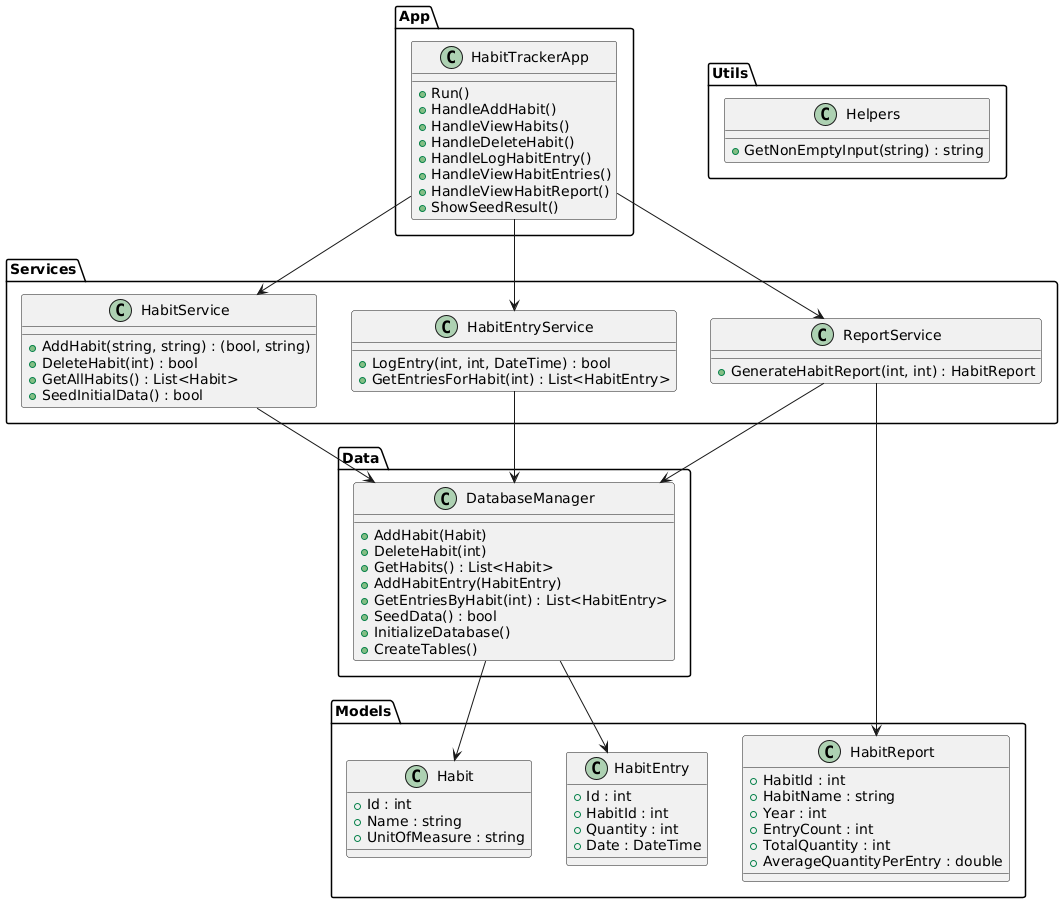
Before: 03_HabitLogger/Assets/habbitLogger-UML.png, a diagram exported from PlantUML (Ana-Anna/CSharp-Academy-Portfolio). Its diagram source:
```plantuml
@startuml
package App {
  class HabitTrackerApp {
    +Run()
    +HandleAddHabit()
    +HandleViewHabits()
    +HandleDeleteHabit()
    +HandleLogHabitEntry()
    +HandleViewHabitEntries()
    +HandleViewHabitReport()
    +ShowSeedResult()
  }
}

package Services {
  class HabitService {
    +AddHabit(string, string) : (bool, string)
    +DeleteHabit(int) : bool
    +GetAllHabits() : List<Habit>
    +SeedInitialData() : bool
  }

  class HabitEntryService {
    +LogEntry(int, int, DateTime) : bool
    +GetEntriesForHabit(int) : List<HabitEntry>
  }

  class ReportService {
    +GenerateHabitReport(int, int) : HabitReport
  }
}

package Data {
  class DatabaseManager {
    +AddHabit(Habit)
    +DeleteHabit(int)
    +GetHabits() : List<Habit>
    +AddHabitEntry(HabitEntry)
    +GetEntriesByHabit(int) : List<HabitEntry>
    +SeedData() : bool
    +InitializeDatabase()
    +CreateTables()
  }
}

package Models {
  class Habit {
    +Id : int
    +Name : string
    +UnitOfMeasure : string
  }

  class HabitEntry {
    +Id : int
    +HabitId : int
    +Quantity : int
    +Date : DateTime
  }

  class HabitReport {
    +HabitId : int
    +HabitName : string
    +Year : int
    +EntryCount : int
    +TotalQuantity : int
    +AverageQuantityPerEntry : double
  }
}

package Utils {
  class Helpers {
    +GetNonEmptyInput(string) : string
  }
}

HabitTrackerApp --> HabitService
HabitTrackerApp --> HabitEntryService
HabitTrackerApp --> ReportService

HabitService --> DatabaseManager
HabitEntryService --> DatabaseManager
ReportService --> DatabaseManager

DatabaseManager --> Habit
DatabaseManager --> HabitEntry
ReportService --> HabitReport
@enduml
```
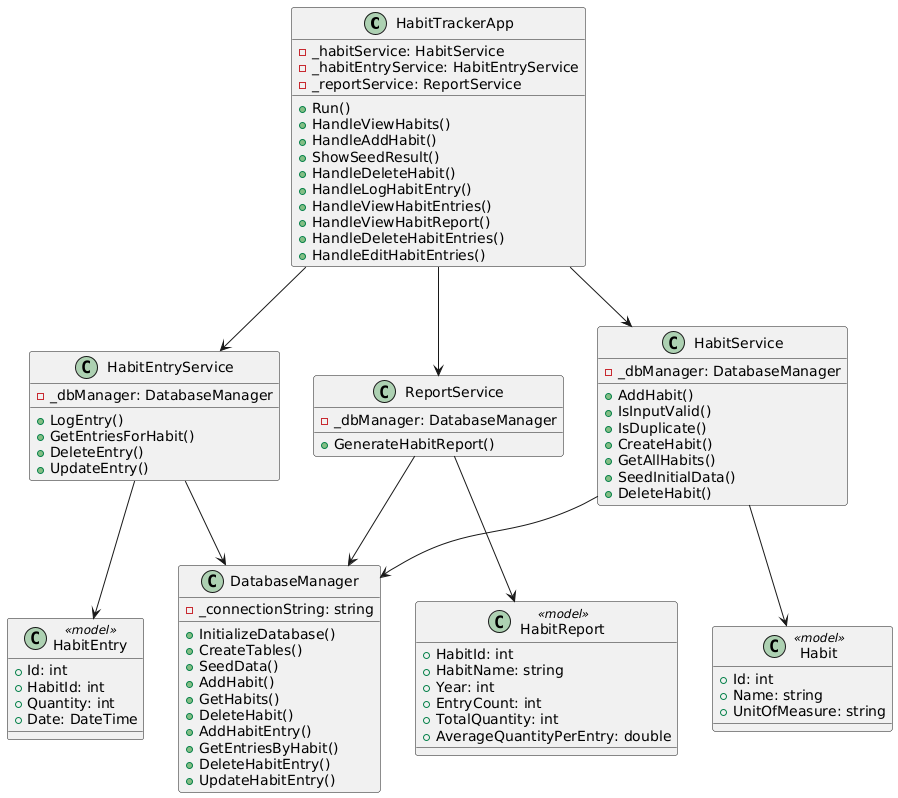
Later version of the same file.

Diff of the diagram source:
```diff
@@ -1,87 +1,88 @@
 @startuml
-package App {
-  class HabitTrackerApp {
-    +Run()
-    +HandleAddHabit()
-    +HandleViewHabits()
-    +HandleDeleteHabit()
-    +HandleLogHabitEntry()
-    +HandleViewHabitEntries()
-    +HandleViewHabitReport()
-    +ShowSeedResult()
-  }
+class HabitTrackerApp {
+  - _habitService: HabitService
+  - _habitEntryService: HabitEntryService
+  - _reportService: ReportService
+  + Run()
+  + HandleViewHabits()
+  + HandleAddHabit()
+  + ShowSeedResult()
+  + HandleDeleteHabit()
+  + HandleLogHabitEntry()
+  + HandleViewHabitEntries()
+  + HandleViewHabitReport()
+  + HandleDeleteHabitEntries()
+  + HandleEditHabitEntries()
 }
 
-package Services {
-  class HabitService {
-    +AddHabit(string, string) : (bool, string)
-    +DeleteHabit(int) : bool
-    +GetAllHabits() : List<Habit>
-    +SeedInitialData() : bool
-  }
-
-  class HabitEntryService {
-    +LogEntry(int, int, DateTime) : bool
-    +GetEntriesForHabit(int) : List<HabitEntry>
-  }
-
-  class ReportService {
-    +GenerateHabitReport(int, int) : HabitReport
-  }
+class HabitService {
+  - _dbManager: DatabaseManager
+  + AddHabit()
+  + IsInputValid()
+  + IsDuplicate()
+  + CreateHabit()
+  + GetAllHabits()
+  + SeedInitialData()
+  + DeleteHabit()
 }
 
-package Data {
-  class DatabaseManager {
-    +AddHabit(Habit)
-    +DeleteHabit(int)
-    +GetHabits() : List<Habit>
-    +AddHabitEntry(HabitEntry)
-    +GetEntriesByHabit(int) : List<HabitEntry>
-    +SeedData() : bool
-    +InitializeDatabase()
-    +CreateTables()
-  }
+class HabitEntryService {
+  - _dbManager: DatabaseManager
+  + LogEntry()
+  + GetEntriesForHabit()
+  + DeleteEntry()
+  + UpdateEntry()
 }
 
-package Models {
-  class Habit {
-    +Id : int
-    +Name : string
-    +UnitOfMeasure : string
-  }
-
-  class HabitEntry {
-    +Id : int
-    +HabitId : int
-    +Quantity : int
-    +Date : DateTime
-  }
-
-  class HabitReport {
-    +HabitId : int
-    +HabitName : string
-    +Year : int
-    +EntryCount : int
-    +TotalQuantity : int
-    +AverageQuantityPerEntry : double
-  }
+class ReportService {
+  - _dbManager: DatabaseManager
+  + GenerateHabitReport()
 }
 
-package Utils {
-  class Helpers {
-    +GetNonEmptyInput(string) : string
-  }
+class DatabaseManager {
+  - _connectionString: string
+  + InitializeDatabase()
+  + CreateTables()
+  + SeedData()
+  + AddHabit()
+  + GetHabits()
+  + DeleteHabit()
+  + AddHabitEntry()
+  + GetEntriesByHabit()
+  + DeleteHabitEntry()
+  + UpdateHabitEntry()
+}
+
+class Habit <<model>> {
+  + Id: int
+  + Name: string
+  + UnitOfMeasure: string
+}
+
+class HabitEntry <<model>> {
+  + Id: int
+  + HabitId: int
+  + Quantity: int
+  + Date: DateTime
+}
+
+class HabitReport <<model>> {
+  + HabitId: int
+  + HabitName: string
+  + Year: int
+  + EntryCount: int
+  + TotalQuantity: int
+  + AverageQuantityPerEntry: double
 }
 
 HabitTrackerApp --> HabitService
 HabitTrackerApp --> HabitEntryService
 HabitTrackerApp --> ReportService
-
 HabitService --> DatabaseManager
 HabitEntryService --> DatabaseManager
 ReportService --> DatabaseManager
 
-DatabaseManager --> Habit
-DatabaseManager --> HabitEntry
+HabitService --> Habit
+HabitEntryService --> HabitEntry
 ReportService --> HabitReport
 @enduml
```
